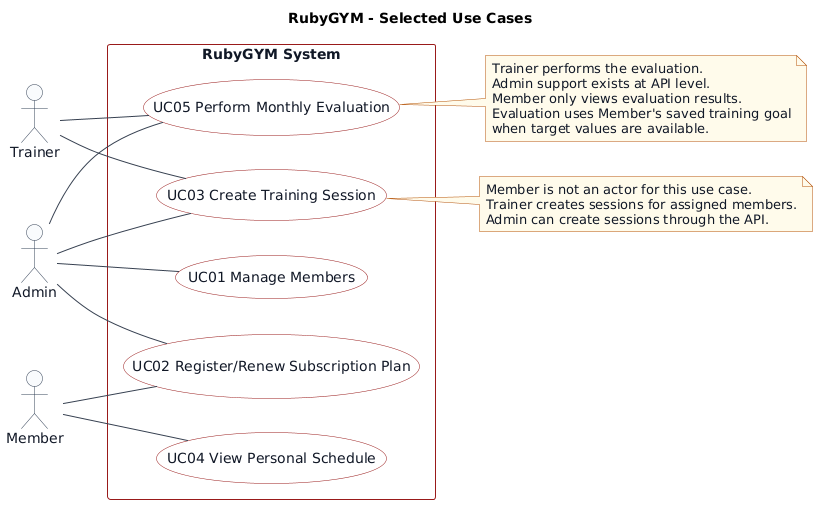
Above: docs/diagrams/usecase-selected.png in vuvannam-sec/rubygym (PlantUML), before the change.
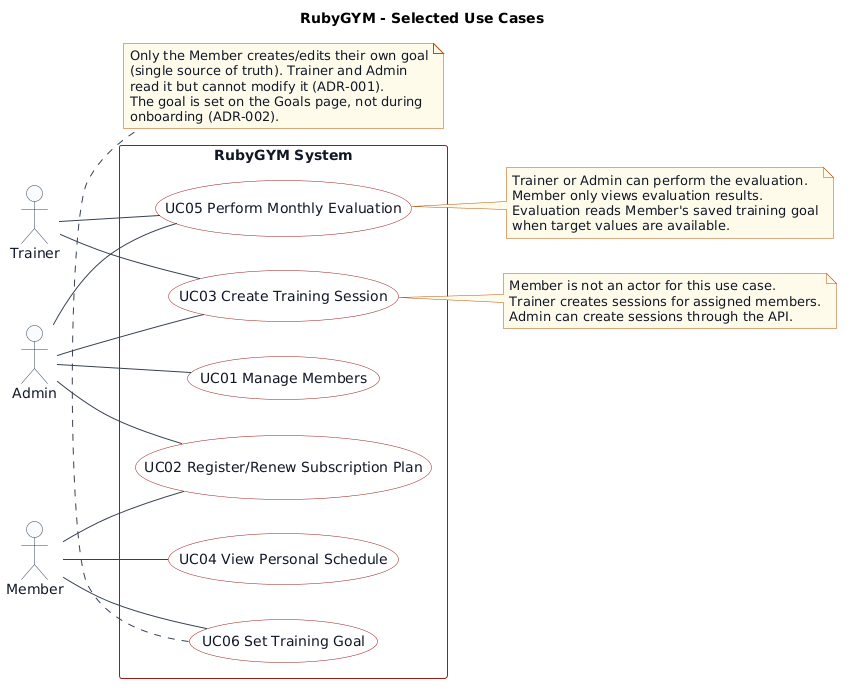
After the commit.

What changed in the source:
```diff
@@ -38,6 +38,7 @@
   usecase "UC03 Create Training Session" as UC03
   usecase "UC04 View Personal Schedule" as UC04
   usecase "UC05 Perform Monthly Evaluation" as UC05
+  usecase "UC06 Set Training Goal" as UC06
 }
 
 Admin -- UC01
@@ -48,6 +49,7 @@
 Member -- UC04
 Trainer -- UC05
 Admin -- UC05
+Member -- UC06
 
 note right of UC03
 Member is not an actor for this use case.
@@ -56,11 +58,18 @@
 end note
 
 note right of UC05
-Trainer performs the evaluation.
-Admin support exists at API level.
+Trainer or Admin can perform the evaluation.
 Member only views evaluation results.
-Evaluation uses Member's saved training goal
+Evaluation reads Member's saved training goal
 when target values are available.
 end note
 
+note bottom of UC06
+Only the Member creates/edits their own goal
+(single source of truth). Trainer and Admin
+read it but cannot modify it (ADR-001).
+The goal is set on the Goals page, not during
+onboarding (ADR-002).
+end note
+
 @enduml
```
